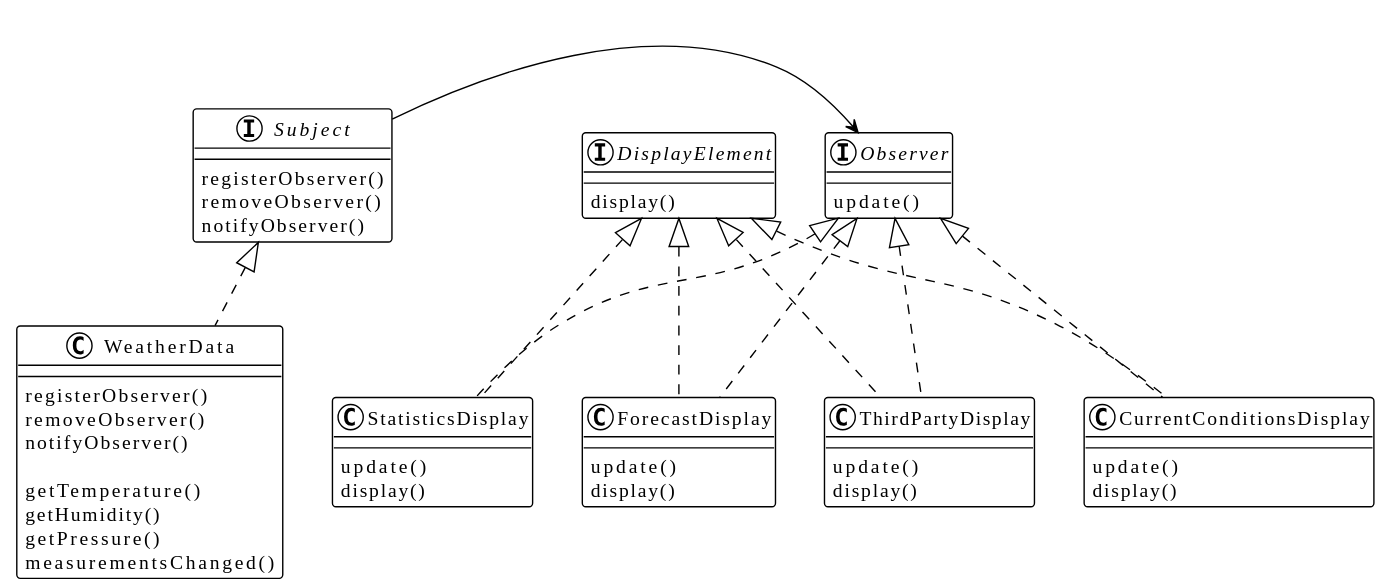
chesterchenn/HFDP keeps this PlantUML diagram as src/chapterb/a/uml.svg. Above is the earlier version.
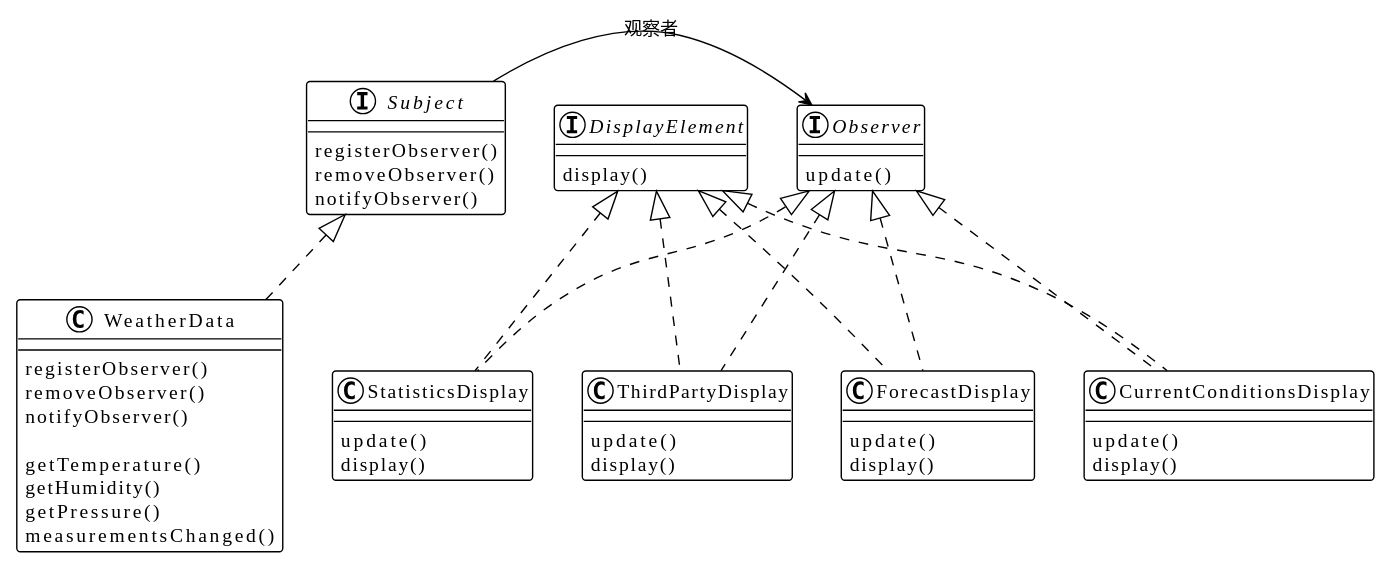
After the commit.

Change to the diagram source:
```diff
@@ -2,15 +2,15 @@
 !theme plain
 
 Subject <|.. WeatherData
-Subject -> Observer
+Subject -> Observer : 观察者
+Observer <|.. CurrentConditionsDisplay
+Observer <|.. StatisticsDisplay
+Observer <|.. ForecastDisplay
+Observer <|.. ThirdPartyDisplay
 DisplayElement <|.. CurrentConditionsDisplay
 DisplayElement <|.. StatisticsDisplay
 DisplayElement <|.. ForecastDisplay
 DisplayElement <|.. ThirdPartyDisplay
-Observer <|.. CurrentConditionsDisplay
-Observer <|.. StatisticsDisplay
-Observer <|.. ForecastDisplay
-Observer <|.. ThirdPartyDisplay
 
 interface Subject {
   registerObserver()
```
